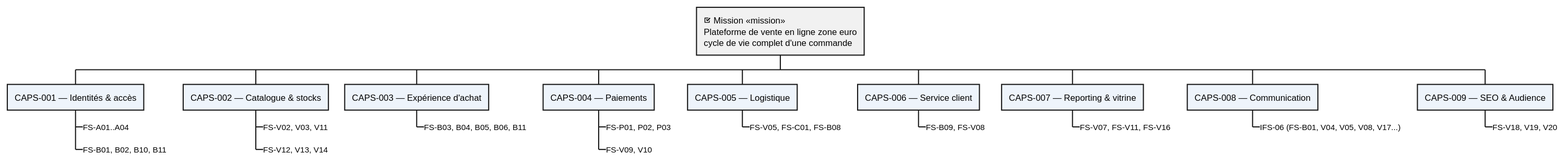
Above: architecture/02-system-analysis/diagrams/sa-mission-caps-functions.svg in louistalvande/online_shop (PlantUML), before the change.
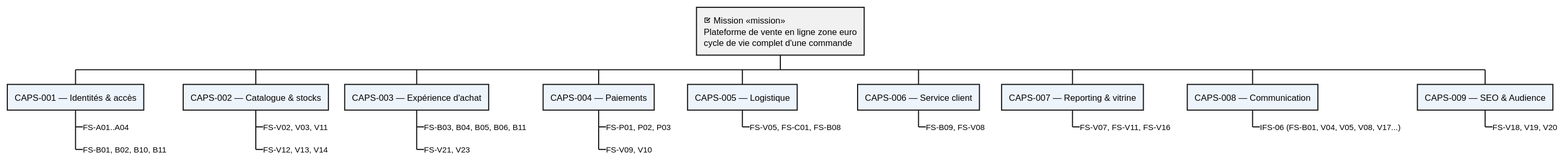
The same file after the commit.

Change to the diagram source:
```diff
@@ -27,6 +27,7 @@
 
 ** CAPS-003 — Expérience d'achat <<caps>>
 ***_ FS-B03, B04, B05, B06, B11 <<funcs>>
+***_ FS-V21, V23 <<funcs>>
 
 ** CAPS-004 — Paiements <<caps>>
 ***_ FS-P01, P02, P03 <<funcs>>
```
